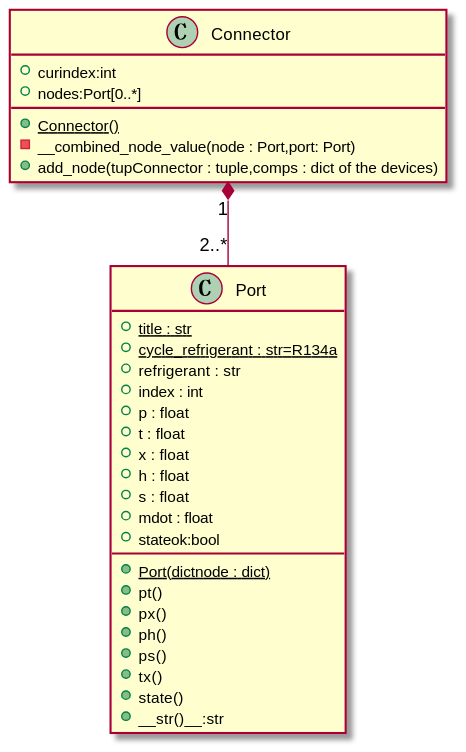
This is doc/uml/img/port-connector.svg from thermalogic/SimVCCE, a PlantUML export, as it was before one commit. Source of this version:
```plantuml
@startuml
class Port {
 + {static} title : str
 + {static} cycle_refrigerant : str=R134a
 + refrigerant : str
 + index : int
 + p : float
 + t : float
 + x : float
 + h : float
 + s : float
 + mdot : float
 + stateok:bool
 + {static} Port(dictnode : dict)
 + pt()
 + px()
 + ph()
 + ps()
 + tx()
 + state()
 + __str()__:str
}
class Connector {
  + curindex:int
  + nodes:Port[0..*]
  + {static} Connector()
  - __combined_node_value(node : Port,port: Port)
  + add_node(tupConnector : tuple,comps : dict of the devices)
}
Connector"1" *-- "2..*" Port
@enduml
```
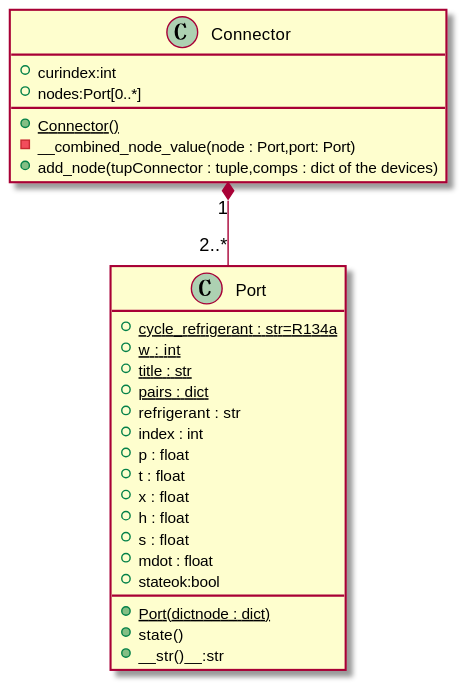
After the commit.

Change to the diagram source:
```diff
@@ -1,7 +1,9 @@
 @startuml
 class Port {
+ + {static} cycle_refrigerant : str=R134a
+ + {static} w : int
  + {static} title : str
- + {static} cycle_refrigerant : str=R134a
+ + {static} pairs : dict
  + refrigerant : str
  + index : int
  + p : float
@@ -12,11 +14,6 @@
  + mdot : float
  + stateok:bool
  + {static} Port(dictnode : dict)
- + pt()
- + px()
- + ph()
- + ps()
- + tx()
  + state()
  + __str()__:str
 }
```
